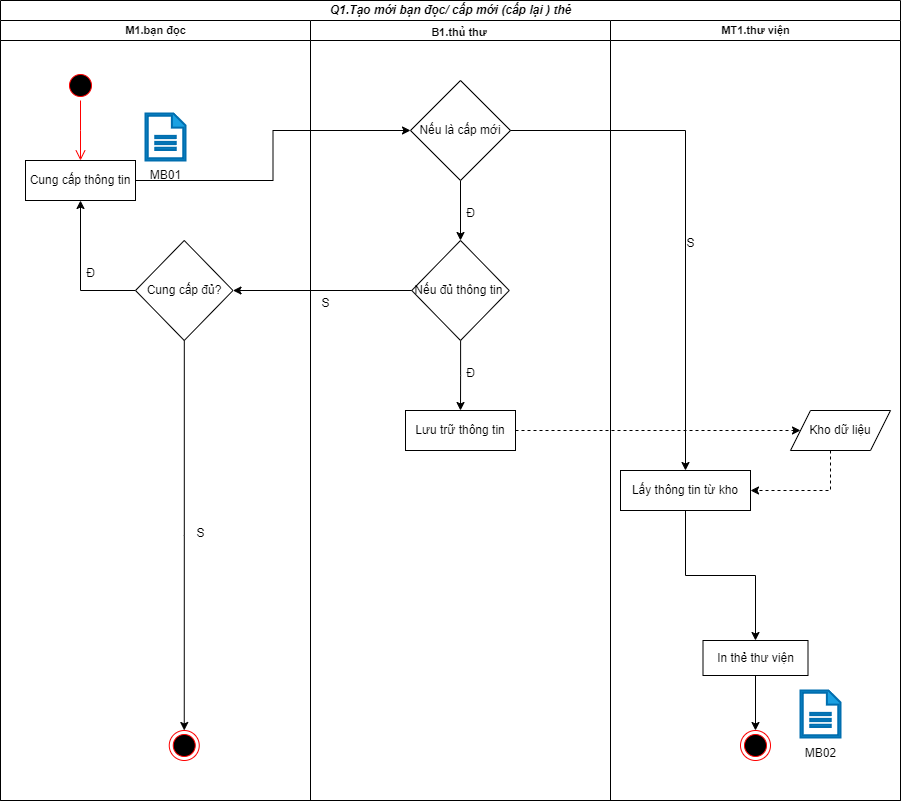
Before: bài tap lớn/cấp mới (cấp lại ) thẻ.drawio.png, a diagram exported from draw.io (vqh17062001/PTTKHT). Source tidied: cells renumbered, new cells last; positions are measured from the earlier drawing's top-left corner, leaving out a move shared by most shapes.
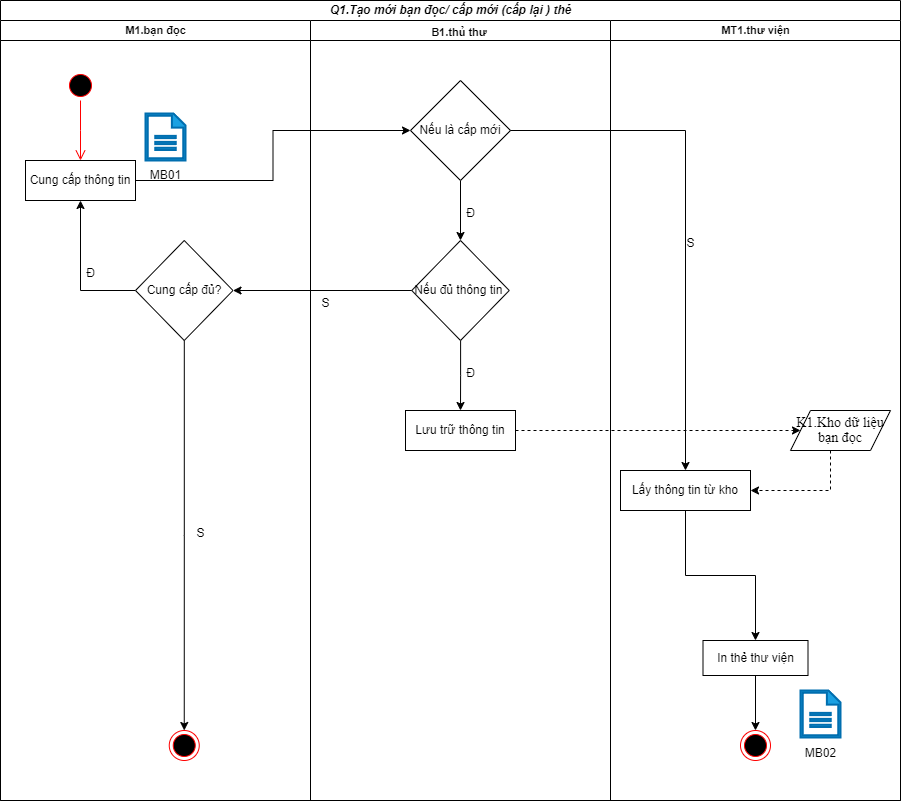
The same file after the commit.

Diff of the diagram source:
```diff
@@ -74,7 +74,7 @@
     <mxCell id="23" style="ellipse;html=1;shape=endState;fillColor=#000000;strokeColor=#ff0000;" parent="20" vertex="1">
       <mxGeometry x="130" y="710" width="30" height="30" as="geometry" />
     </mxCell>
-    <mxCell id="24" value="Kho dữ liệu" style="shape=parallelogram;perimeter=parallelogramPerimeter;whiteSpace=wrap;html=1;fixedSize=1;" parent="20" vertex="1">
+    <mxCell id="24" value="&lt;span style=&quot;line-height: 107%; font-family: &amp;quot;Times New Roman&amp;quot;, serif;&quot;&gt;&lt;font style=&quot;font-size: 14px;&quot;&gt;K1.Kho dữ liệu bạn đọc&lt;/font&gt;&lt;/span&gt;" style="shape=parallelogram;perimeter=parallelogramPerimeter;whiteSpace=wrap;html=1;fixedSize=1;" parent="20" vertex="1">
       <mxGeometry x="180" y="390" width="100" height="40" as="geometry" />
     </mxCell>
     <mxCell id="25" style="edgeStyle=orthogonalEdgeStyle;rounded=0;jettySize=auto;html=1;entryX=1;entryY=0.5;entryDx=0;entryDy=0;dashed=1;" parent="20" edge="1" source="24" target="27">
```
